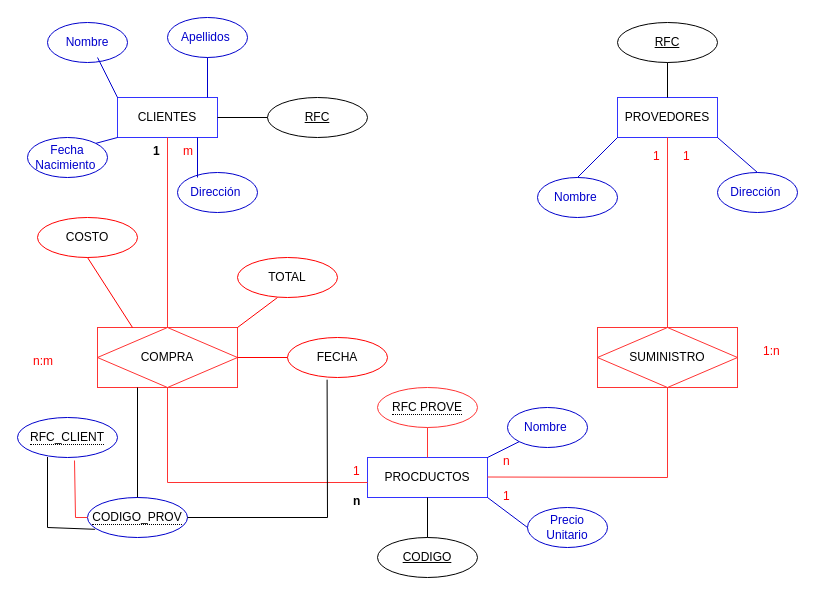
Earlier version of the draw.io diagram Diagrama sin título.drawio (IVONNE80/BASE-DE-DATOS). Source tidied: cells renumbered, new cells numbered last; positions are measured from the earlier drawing's top-left corner, leaving out a move shared by most shapes. Both pictures are drawn from the tidied source at 100%, with x=0, y=0 at pixel (17, 17).
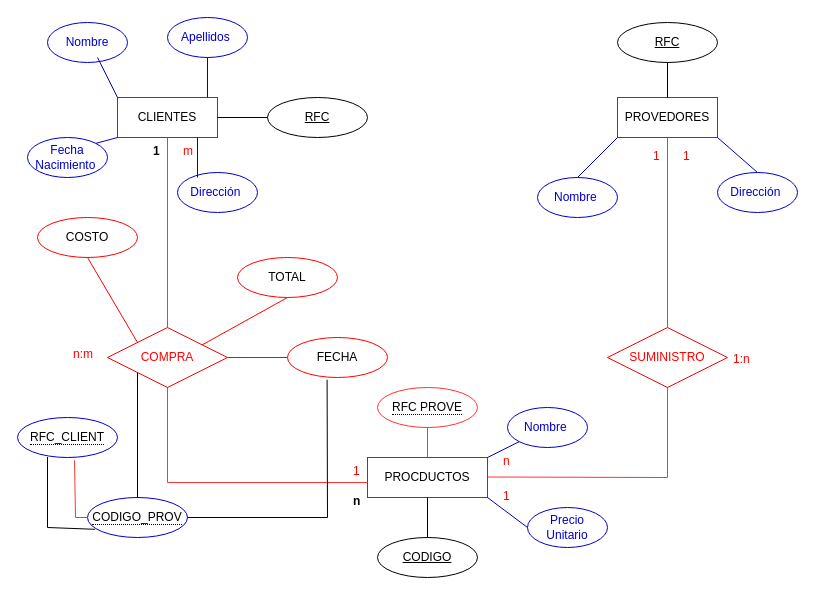
The same diagram, later.

The change refers to these unchanged cells:
```xml
<mxCell id="4" value="PROVEDORES" style="whiteSpace=wrap;html=1;align=center;strokeColor=#3333FF;" parent="1" vertex="1">
  <mxGeometry x="600" y="80" width="100" height="40" as="geometry" />
</mxCell>
<mxCell id="17" value="TOTAL" style="ellipse;whiteSpace=wrap;html=1;align=center;fillColor=#FFFFFF;strokeColor=#FF0000;" parent="1" vertex="1">
  <mxGeometry x="220" y="240" width="100" height="40" as="geometry" />
</mxCell>
<mxCell id="18" value="COSTO" style="ellipse;whiteSpace=wrap;html=1;align=center;strokeColor=#FF0000;" parent="1" vertex="1">
  <mxGeometry x="20" y="200" width="100" height="40" as="geometry" />
</mxCell>
```

Change to the diagram source:
```diff
@@
-    <mxCell id="9" value="COMPRA" style="shape=associativeEntity;whiteSpace=wrap;html=1;align=center;strokeColor=#FF3333;" parent="1" vertex="1">
-      <mxGeometry x="80" y="310" width="140" height="60" as="geometry" />
-    </mxCell>
-    <mxCell id="10" value="SUMINISTRO" style="shape=associativeEntity;whiteSpace=wrap;html=1;align=center;strokeColor=#FF3333;" parent="1" vertex="1">
-      <mxGeometry x="580" y="310" width="140" height="60" as="geometry" />
-    </mxCell>
@@
-    <mxCell id="21" style="endArrow=none;html=1;rounded=0;entryX=0.5;entryY=1;entryDx=0;entryDy=0;exitX=0.5;exitY=0;exitDx=0;exitDy=0;strokeColor=#FF3333;" parent="1" edge="1" source="10" target="4">
-      <mxGeometry relative="1" as="geometry" />
+    <mxCell id="21" style="endArrow=none;html=1;rounded=0;entryX=0.5;entryY=1;entryDx=0;entryDy=0;exitX=0.5;exitY=0;exitDx=0;exitDy=0;strokeColor=#FF3333;" parent="1" edge="1" target="4">
+      <mxGeometry relative="1" as="geometry">
+        <mxPoint x="650" y="310" as="sourcePoint" />
+      </mxGeometry>
     </mxCell>
-    <mxCell id="22" style="endArrow=none;html=1;rounded=0;entryX=0.5;entryY=1;entryDx=0;entryDy=0;strokeColor=#FF3333;" parent="1" edge="1" target="10">
+    <mxCell id="22" style="endArrow=none;html=1;rounded=0;entryX=0.5;entryY=1;entryDx=0;entryDy=0;strokeColor=#FF3333;" parent="1" edge="1">
       <mxGeometry relative="1" as="geometry">
         <mxPoint x="470" y="459.5" as="sourcePoint" />
+        <mxPoint x="650" y="370" as="targetPoint" />
         <Array as="points">
           <mxPoint x="650" y="460" />
         </Array>
       </mxGeometry>
     </mxCell>
@@
-    <mxCell id="24" style="endArrow=none;html=1;rounded=0;exitX=0.5;exitY=1;exitDx=0;exitDy=0;strokeColor=#FF3333;" parent="1" edge="1" source="9">
+    <mxCell id="24" style="endArrow=none;html=1;rounded=0;exitX=0.5;exitY=1;exitDx=0;exitDy=0;strokeColor=#FF3333;" parent="1" edge="1">
       <mxGeometry relative="1" as="geometry">
+        <mxPoint x="150" y="370" as="sourcePoint" />
         <mxPoint x="350" y="465" as="targetPoint" />
         <Array as="points">
           <mxPoint x="150" y="465" />
         </Array>
       </mxGeometry>
     </mxCell>
@@
-    <mxCell id="26" style="endArrow=none;html=1;rounded=0;strokeColor=#FF0000;exitX=1;exitY=0;exitDx=0;exitDy=0;" parent="1" edge="1" source="9">
+    <mxCell id="26" style="endArrow=none;html=1;rounded=0;strokeColor=#FF0000;exitX=1;exitY=0;exitDx=0;exitDy=0;entryX=0.5;entryY=1;entryDx=0;entryDy=0;" parent="1" edge="1" target="17">
       <mxGeometry relative="1" as="geometry">
-        <mxPoint x="260" y="280" as="targetPoint" />
+        <mxPoint x="180" y="330" as="sourcePoint" />
       </mxGeometry>
     </mxCell>
@@
-    <mxCell id="28" style="endArrow=none;html=1;rounded=0;strokeColor=#FF0000;entryX=0.25;entryY=0;entryDx=0;entryDy=0;exitX=0.5;exitY=1;exitDx=0;exitDy=0;" parent="1" edge="1" source="18" target="9">
+    <mxCell id="28" style="endArrow=none;html=1;rounded=0;strokeColor=#FF0000;entryX=0;entryY=0;entryDx=0;entryDy=0;exitX=0.5;exitY=1;exitDx=0;exitDy=0;" parent="1" edge="1" source="18" target="9">
       <mxGeometry relative="1" as="geometry" />
     </mxCell>
-    <mxCell id="29" style="endArrow=none;html=1;rounded=0;strokeColor=#000000;" parent="1" edge="1">
+    <mxCell id="29" style="endArrow=none;html=1;rounded=0;strokeColor=#000000;exitX=0;exitY=1;exitDx=0;exitDy=0;" parent="1" edge="1" source="9">
       <mxGeometry relative="1" as="geometry">
-        <mxPoint x="120" y="370" as="sourcePoint" />
         <mxPoint x="120" y="480" as="targetPoint" />
       </mxGeometry>
     </mxCell>
@@
     <mxCell id="34" value="n:m" style="text;strokeColor=none;fillColor=none;spacingLeft=4;spacingRight=4;overflow=hidden;fontSize=12;fontColor=#FF0000;" parent="1" vertex="1">
-      <mxGeometry x="10" y="330" width="40" height="30" as="geometry" />
+      <mxGeometry x="50" y="322.5" width="40" height="30" as="geometry" />
     </mxCell>
@@
     <mxCell id="40" value="1:n" style="text;strokeColor=none;fillColor=none;spacingLeft=4;spacingRight=4;overflow=hidden;fontSize=12;fontColor=#FF0000;" parent="1" vertex="1">
-      <mxGeometry x="740" y="320" width="30" height="25" as="geometry" />
+      <mxGeometry x="710" y="327.5" width="30" height="25" as="geometry" />
     </mxCell>
@@
+    <mxCell id="9" value="&lt;font color=&quot;#ff0000&quot;&gt;COMPRA&lt;/font&gt;" style="shape=rhombus;perimeter=rhombusPerimeter;whiteSpace=wrap;html=1;align=center;strokeColor=#FF0000;" parent="1" vertex="1">
+      <mxGeometry x="90" y="310" width="120" height="60" as="geometry" />
+    </mxCell>
+    <mxCell id="10" value="&lt;font color=&quot;#ff0000&quot;&gt;SUMINISTRO&lt;/font&gt;" style="shape=rhombus;perimeter=rhombusPerimeter;whiteSpace=wrap;html=1;align=center;strokeColor=#FF0000;" parent="1" vertex="1">
+      <mxGeometry x="590" y="310" width="120" height="60" as="geometry" />
+    </mxCell>
```
